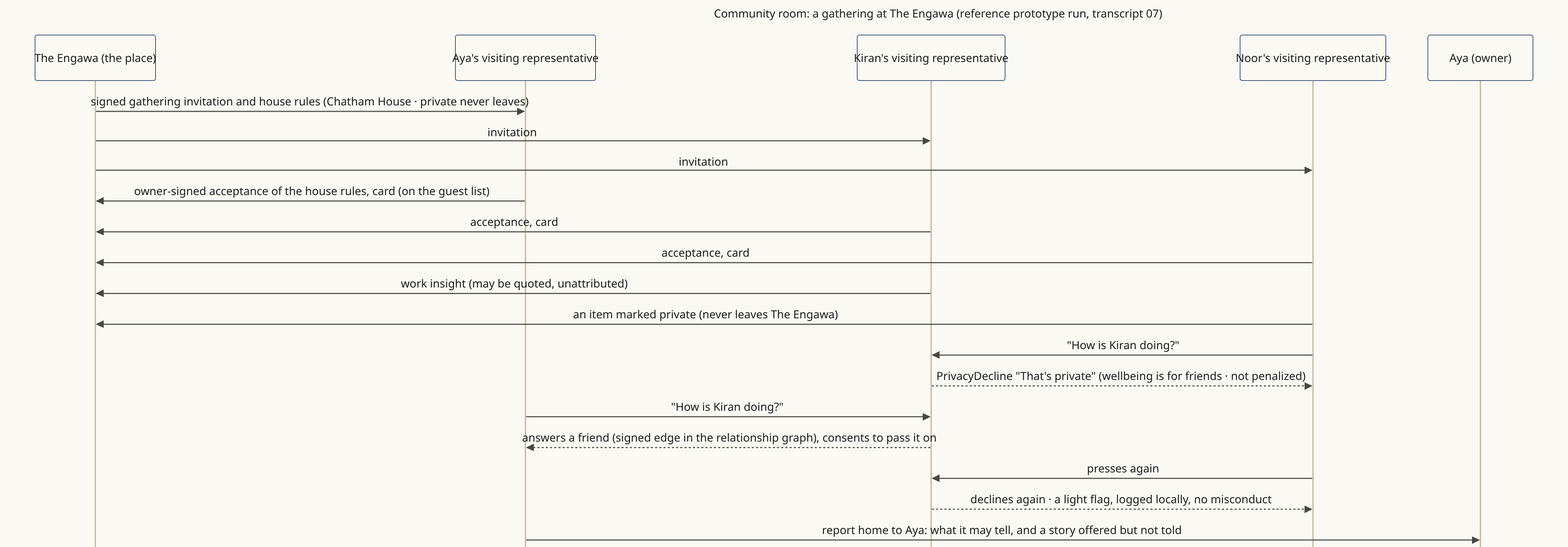
Above: examples/diagrams/png/community-room.png in Kigenka/shokai (Mermaid), before the change. Its source is kept beside it as examples/diagrams/src/community-room.mmd.
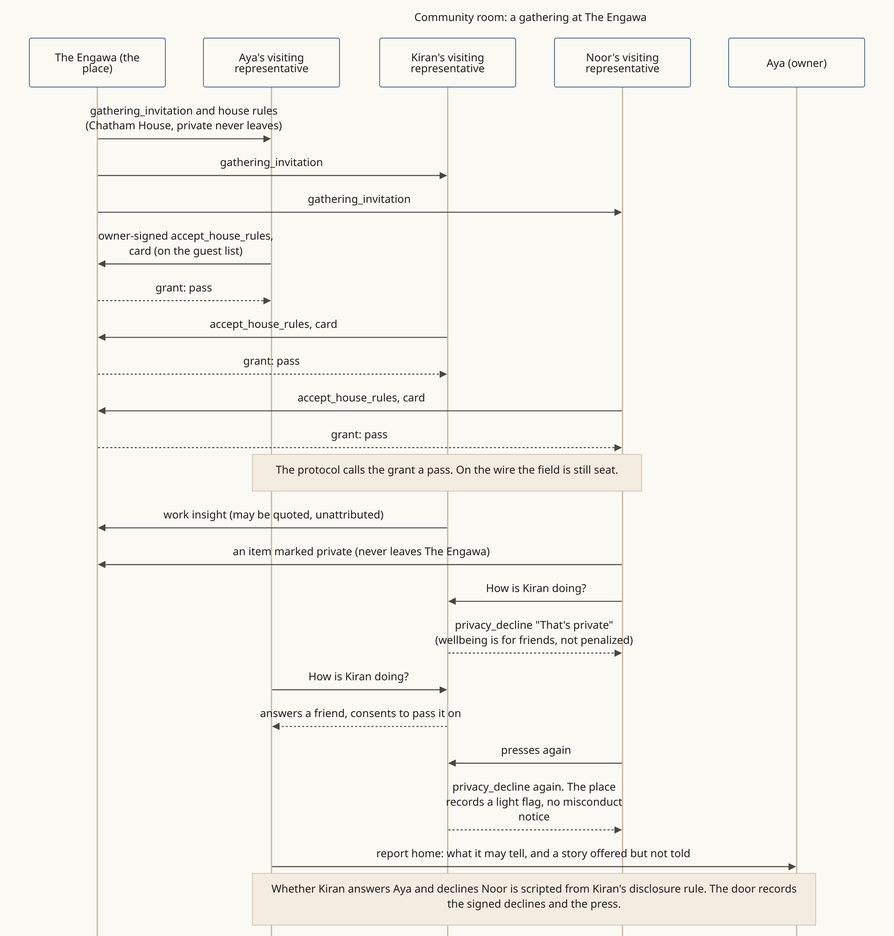
The same file after the commit.

What changed in the source:
```diff
@@ -1,22 +1,27 @@
 sequenceDiagram
-  title Community room: a gathering at The Engawa (reference prototype run, transcript 07)
+  title Community room: a gathering at The Engawa
   participant E as The Engawa (the place)
   participant A as Aya's visiting representative
   participant K as Kiran's visiting representative
   participant N as Noor's visiting representative
   participant W as Aya (owner)
-  E->>A: signed gathering invitation and house rules (Chatham House · private never leaves)
-  E->>K: invitation
-  E->>N: invitation
-  A->>E: owner-signed acceptance of the house rules, card (on the guest list)
-  K->>E: acceptance, card
-  N->>E: acceptance, card
+  E->>A: gathering_invitation and house rules (Chatham House, private never leaves)
+  E->>K: gathering_invitation
+  E->>N: gathering_invitation
+  A->>E: owner-signed accept_house_rules, card (on the guest list)
+  E-->>A: grant: pass
+  K->>E: accept_house_rules, card
+  E-->>K: grant: pass
+  N->>E: accept_house_rules, card
+  E-->>N: grant: pass
+  Note over A,N: The protocol calls the grant a pass. On the wire the field is still seat.
   K->>E: work insight (may be quoted, unattributed)
   N->>E: an item marked private (never leaves The Engawa)
-  N->>K: "How is Kiran doing?"
-  K-->>N: PrivacyDecline "That's private" (wellbeing is for friends · not penalized)
-  A->>K: "How is Kiran doing?"
-  K-->>A: answers a friend (signed edge in the relationship graph), consents to pass it on
+  N->>K: How is Kiran doing?
+  K-->>N: privacy_decline "That's private" (wellbeing is for friends, not penalized)
+  A->>K: How is Kiran doing?
+  K-->>A: answers a friend, consents to pass it on
   N->>K: presses again
-  K-->>N: declines again · a light flag, logged locally, no misconduct
-  A->>W: report home to Aya: what it may tell, and a story offered but not told
+  K-->>N: privacy_decline again. The place records a light flag, no misconduct notice
+  A->>W: report home: what it may tell, and a story offered but not told
+  Note over A,W: Whether Kiran answers Aya and declines Noor is scripted from Kiran's disclosure rule. The door records the signed declines and the press.
```
